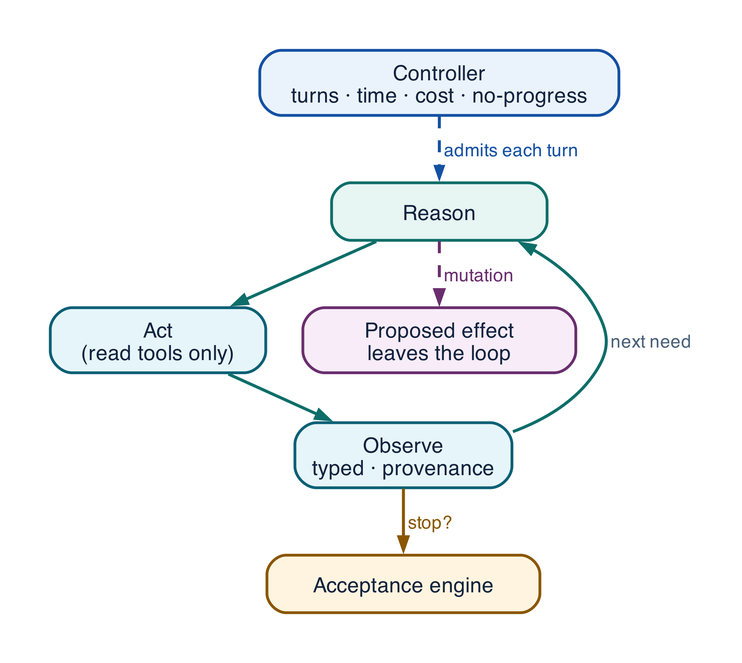
Before: assets/diagrams/pattern-react.png, a diagram exported from Graphviz (rrahimi-uci/building-enterprise-general-intelligence). Its source is kept beside it as assets/diagrams/src/pattern-react.gv.
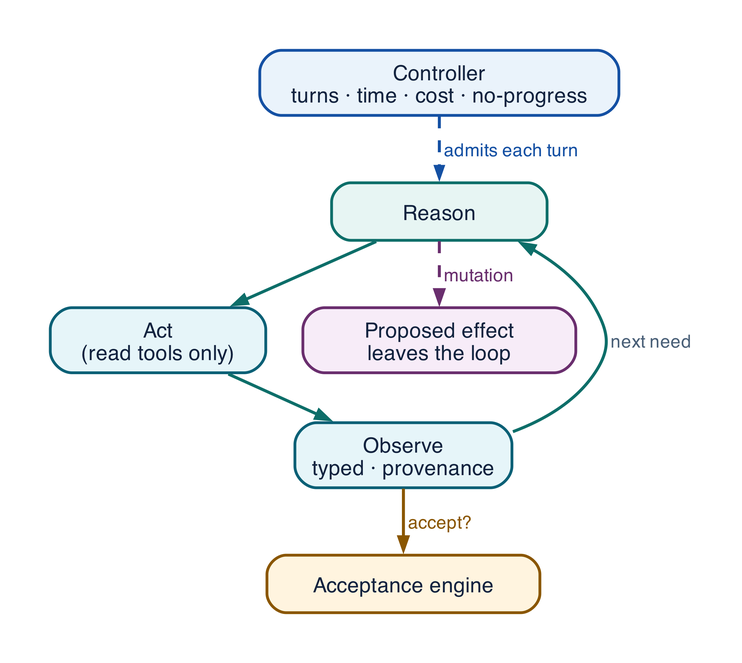
The same file after the commit.

What changed in the source:
```diff
@@ -17,6 +17,6 @@
   obs -> rea [label=" next need", fontsize=9, fontcolor="#4A6078"]
   ctl -> rea [color="#1450A3", style=dashed, arrowsize=0.55, label=" admits each turn",
               fontsize=9, fontcolor="#1450A3"]
-  obs -> acc [color="#8A5600", label=" stop?", fontsize=9, fontcolor="#8A5600"]
+  obs -> acc [color="#8A5600", label=" accept?", fontsize=9, fontcolor="#8A5600"]
   rea -> pro [color="#6A2E6E", style=dashed, label=" mutation", fontsize=9, fontcolor="#6A2E6E"]
 }
```
